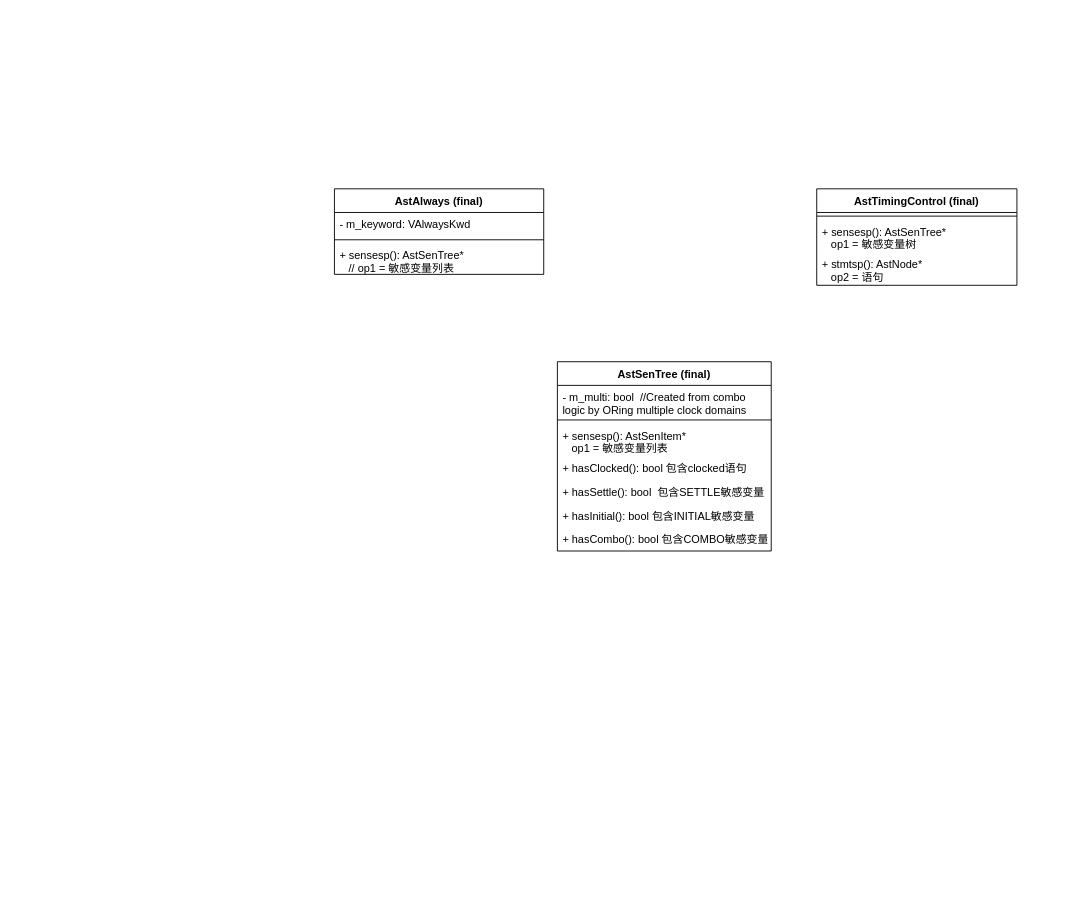
The draw.io diagram verilator_digrams/AstAlways.drawio in Dercury/CLDK, before the edit. Source tidied: cells renumbered, new cells numbered last; positions are measured from the earlier drawing's top-left corner, leaving out a move shared by most shapes. Both pictures are drawn from the tidied source at 91%, with x=0, y=0 at pixel (334, 188).
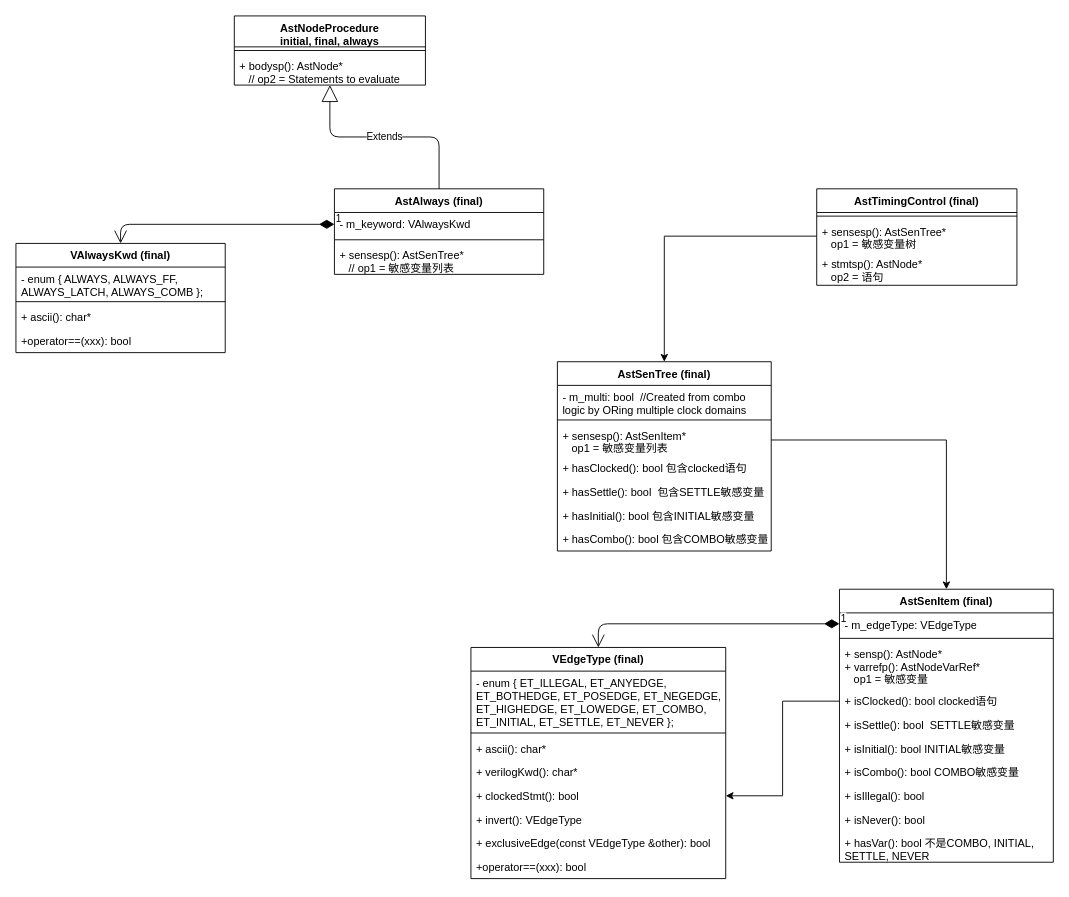
After the change.

Unchanged cells that the change refers to:
```xml
<mxCell id="2" value="AstAlways (final)" style="swimlane;fontStyle=1;align=center;verticalAlign=top;horizontal=1;startSize=26;" parent="1" vertex="1">
  <mxGeometry width="230" height="94" as="geometry" />
</mxCell>
<mxCell id="3" value="- m_keyword: VAlwaysKwd" style="text;strokeColor=none;fillColor=none;align=left;verticalAlign=top;spacingLeft=4;spacingRight=4;overflow=hidden;points=[[0,0.5],[1,0.5]];portConstraint=eastwest;" parent="2" vertex="1">
  <mxGeometry y="26" width="230" height="26" as="geometry" />
</mxCell>
<mxCell id="8" value="+ sensesp(): AstSenTree*&#10;   op1 = 敏感变量树" style="text;strokeColor=none;fillColor=none;align=left;verticalAlign=top;spacingLeft=4;spacingRight=4;overflow=hidden;points=[[0,0.5],[1,0.5]];portConstraint=eastwest;" parent="6" vertex="1">
  <mxGeometry y="34" width="220" height="36" as="geometry" />
</mxCell>
<mxCell id="10" value="AstSenTree (final)" style="swimlane;fontStyle=1;align=center;verticalAlign=top;horizontal=1;startSize=26;" parent="1" vertex="1">
  <mxGeometry x="245" y="190" width="235" height="208" as="geometry" />
</mxCell>
<mxCell id="13" value="+ sensesp(): AstSenItem*&#10;   op1 = 敏感变量列表" style="text;strokeColor=none;fillColor=none;align=left;verticalAlign=top;spacingLeft=4;spacingRight=4;overflow=hidden;points=[[0,0.5],[1,0.5]];portConstraint=eastwest;" parent="10" vertex="1">
  <mxGeometry y="68" width="235" height="36" as="geometry" />
</mxCell>
```

Diff of the diagram source:
```diff
@@
+    <mxCell id="18" value="AstSenItem (final)" style="swimlane;fontStyle=1;align=center;verticalAlign=top;horizontal=1;startSize=26;" parent="1" vertex="1">
+      <mxGeometry x="555" y="440" width="235" height="300" as="geometry" />
+    </mxCell>
+    <mxCell id="19" value="- m_edgeType: VEdgeType" style="text;strokeColor=none;fillColor=none;align=left;verticalAlign=top;spacingLeft=4;spacingRight=4;overflow=hidden;points=[[0,0.5],[1,0.5]];portConstraint=eastwest;whiteSpace=wrap;" parent="18" vertex="1">
+      <mxGeometry y="26" width="235" height="24" as="geometry" />
+    </mxCell>
+    <mxCell id="20" style="line;strokeWidth=1;fillColor=none;align=left;verticalAlign=middle;spacingTop=-1;spacingLeft=3;spacingRight=3;labelPosition=right;" parent="18" vertex="1">
+      <mxGeometry y="50" width="235" height="8" as="geometry" />
+    </mxCell>
+    <mxCell id="21" value="+ sensp(): AstNode*&#10;+ varrefp(): AstNodeVarRef*&#10;   op1 = 敏感变量" style="text;strokeColor=none;fillColor=none;align=left;verticalAlign=top;spacingLeft=4;spacingRight=4;overflow=hidden;" parent="18" vertex="1">
+      <mxGeometry y="58" width="235" height="52" as="geometry" />
+    </mxCell>
+    <mxCell id="22" value="+ isClocked(): bool clocked语句" style="text;strokeColor=none;fillColor=none;align=left;verticalAlign=top;spacingLeft=4;spacingRight=4;overflow=hidden;points=[[0,0.5],[1,0.5]];portConstraint=eastwest;" parent="18" vertex="1">
+      <mxGeometry y="110" width="235" height="26" as="geometry" />
+    </mxCell>
+    <mxCell id="23" value="+ isSettle(): bool  SETTLE敏感变量" style="text;strokeColor=none;fillColor=none;align=left;verticalAlign=top;spacingLeft=4;spacingRight=4;overflow=hidden;" parent="18" vertex="1">
+      <mxGeometry y="136" width="235" height="26" as="geometry" />
+    </mxCell>
+    <mxCell id="24" value="+ isInitial(): bool INITIAL敏感变量" style="text;strokeColor=none;fillColor=none;align=left;verticalAlign=top;spacingLeft=4;spacingRight=4;overflow=hidden;" parent="18" vertex="1">
+      <mxGeometry y="162" width="235" height="26" as="geometry" />
+    </mxCell>
+    <mxCell id="25" value="+ isCombo(): bool COMBO敏感变量" style="text;strokeColor=none;fillColor=none;align=left;verticalAlign=top;spacingLeft=4;spacingRight=4;overflow=hidden;" parent="18" vertex="1">
+      <mxGeometry y="188" width="235" height="26" as="geometry" />
+    </mxCell>
+    <mxCell id="26" value="+ isIllegal(): bool" style="text;strokeColor=none;fillColor=none;align=left;verticalAlign=top;spacingLeft=4;spacingRight=4;overflow=hidden;" parent="18" vertex="1">
+      <mxGeometry y="214" width="235" height="26" as="geometry" />
+    </mxCell>
+    <mxCell id="27" value="+ isNever(): bool" style="text;strokeColor=none;fillColor=none;align=left;verticalAlign=top;spacingLeft=4;spacingRight=4;overflow=hidden;" parent="18" vertex="1">
+      <mxGeometry y="240" width="235" height="26" as="geometry" />
+    </mxCell>
+    <mxCell id="28" value="+ hasVar(): bool 不是COMBO, INITIAL, SETTLE, NEVER" style="text;strokeColor=none;fillColor=none;align=left;verticalAlign=top;spacingLeft=4;spacingRight=4;overflow=hidden;whiteSpace=wrap;" parent="18" vertex="1">
+      <mxGeometry y="266" width="235" height="34" as="geometry" />
+    </mxCell>
+    <mxCell id="29" value="VEdgeType (final)" style="swimlane;fontStyle=1;align=center;verticalAlign=top;horizontal=1;startSize=26;" parent="1" vertex="1">
+      <mxGeometry x="150" y="504" width="280" height="254" as="geometry" />
+    </mxCell>
+    <mxCell id="30" value="- enum { ET_ILLEGAL, ET_ANYEDGE, ET_BOTHEDGE, ET_POSEDGE, ET_NEGEDGE, ET_HIGHEDGE, ET_LOWEDGE, ET_COMBO, ET_INITIAL, ET_SETTLE, ET_NEVER };" style="text;strokeColor=none;fillColor=none;align=left;verticalAlign=top;spacingLeft=4;spacingRight=4;overflow=hidden;whiteSpace=wrap;" parent="29" vertex="1">
+      <mxGeometry y="26" width="280" height="64" as="geometry" />
+    </mxCell>
+    <mxCell id="31" style="line;strokeWidth=1;fillColor=none;align=left;verticalAlign=middle;spacingTop=-1;spacingLeft=3;spacingRight=3;labelPosition=right;" parent="29" vertex="1">
+      <mxGeometry y="90" width="280" height="8" as="geometry" />
+    </mxCell>
+    <mxCell id="32" value="+ ascii(): char* " style="text;strokeColor=none;fillColor=none;align=left;verticalAlign=top;spacingLeft=4;spacingRight=4;overflow=hidden;" parent="29" vertex="1">
+      <mxGeometry y="98" width="280" height="26" as="geometry" />
+    </mxCell>
+    <mxCell id="33" value="+ verilogKwd(): char* " style="text;strokeColor=none;fillColor=none;align=left;verticalAlign=top;spacingLeft=4;spacingRight=4;overflow=hidden;" parent="29" vertex="1">
+      <mxGeometry y="124" width="280" height="26" as="geometry" />
+    </mxCell>
+    <mxCell id="34" value="+ clockedStmt(): bool" style="text;strokeColor=none;fillColor=none;align=left;verticalAlign=top;spacingLeft=4;spacingRight=4;overflow=hidden;points=[[0,0.5],[1,0.5]];portConstraint=eastwest;" parent="29" vertex="1">
+      <mxGeometry y="150" width="280" height="26" as="geometry" />
+    </mxCell>
+    <mxCell id="35" value="+ invert(): VEdgeType " style="text;strokeColor=none;fillColor=none;align=left;verticalAlign=top;spacingLeft=4;spacingRight=4;overflow=hidden;" parent="29" vertex="1">
+      <mxGeometry y="176" width="280" height="26" as="geometry" />
+    </mxCell>
+    <mxCell id="36" value="+ exclusiveEdge(const VEdgeType &amp;other): bool" style="text;strokeColor=none;fillColor=none;align=left;verticalAlign=top;spacingLeft=4;spacingRight=4;overflow=hidden;" parent="29" vertex="1">
+      <mxGeometry y="202" width="280" height="26" as="geometry" />
+    </mxCell>
+    <mxCell id="37" value="+operator==(xxx): bool " style="text;strokeColor=none;fillColor=none;align=left;verticalAlign=top;spacingLeft=4;spacingRight=4;overflow=hidden;" parent="29" vertex="1">
+      <mxGeometry y="228" width="280" height="26" as="geometry" />
+    </mxCell>
+    <mxCell id="38" value="1" style="endArrow=open;html=1;endSize=12;startArrow=diamondThin;startSize=14;startFill=1;edgeStyle=orthogonalEdgeStyle;align=left;verticalAlign=bottom;entryX=0.5;entryY=0;entryDx=0;entryDy=0;" parent="1" edge="1" source="19" target="29">
+      <mxGeometry x="-1" y="3" relative="1" as="geometry" />
+    </mxCell>
+    <mxCell id="39" style="edgeStyle=orthogonalEdgeStyle;rounded=0;jettySize=auto;html=1;" parent="1" edge="1" source="22" target="34">
+      <mxGeometry relative="1" as="geometry" />
+    </mxCell>
+    <mxCell id="40" style="edgeStyle=orthogonalEdgeStyle;rounded=0;jettySize=auto;html=1;exitX=1;exitY=0.5;exitDx=0;exitDy=0;" parent="1" edge="1" source="13" target="18">
+      <mxGeometry relative="1" as="geometry" />
+    </mxCell>
+    <mxCell id="41" style="edgeStyle=orthogonalEdgeStyle;rounded=0;jettySize=auto;html=1;" parent="1" edge="1" source="8" target="10">
+      <mxGeometry relative="1" as="geometry" />
+    </mxCell>
+    <mxCell id="42" value="VAlwaysKwd (final)" style="swimlane;fontStyle=1;align=center;verticalAlign=top;horizontal=1;startSize=26;" parent="1" vertex="1">
+      <mxGeometry x="-350" y="60" width="230" height="120" as="geometry" />
+    </mxCell>
+    <mxCell id="43" value="- enum { ALWAYS, ALWAYS_FF, ALWAYS_LATCH, ALWAYS_COMB };" style="text;strokeColor=none;fillColor=none;align=left;verticalAlign=top;spacingLeft=4;spacingRight=4;overflow=hidden;whiteSpace=wrap;" parent="42" vertex="1">
+      <mxGeometry y="26" width="230" height="34" as="geometry" />
+    </mxCell>
+    <mxCell id="44" style="line;strokeWidth=1;fillColor=none;align=left;verticalAlign=middle;spacingTop=-1;spacingLeft=3;spacingRight=3;labelPosition=right;" parent="42" vertex="1">
+      <mxGeometry y="60" width="230" height="8" as="geometry" />
+    </mxCell>
+    <mxCell id="45" value="+ ascii(): char* " style="text;strokeColor=none;fillColor=none;align=left;verticalAlign=top;spacingLeft=4;spacingRight=4;overflow=hidden;" parent="42" vertex="1">
+      <mxGeometry y="68" width="230" height="26" as="geometry" />
+    </mxCell>
+    <mxCell id="46" value="+operator==(xxx): bool " style="text;strokeColor=none;fillColor=none;align=left;verticalAlign=top;spacingLeft=4;spacingRight=4;overflow=hidden;" parent="42" vertex="1">
+      <mxGeometry y="94" width="230" height="26" as="geometry" />
+    </mxCell>
+    <mxCell id="47" value="1" style="endArrow=open;html=1;endSize=12;startArrow=diamondThin;startSize=14;startFill=1;edgeStyle=orthogonalEdgeStyle;align=left;verticalAlign=bottom;entryX=0.5;entryY=0;entryDx=0;entryDy=0;exitX=0;exitY=0.5;exitDx=0;exitDy=0;" parent="1" edge="1" source="3" target="42">
+      <mxGeometry x="-1" y="3" relative="1" as="geometry" />
+    </mxCell>
+    <mxCell id="48" value="AstNodeProcedure&#10;initial, final, always" style="swimlane;fontStyle=1;align=center;verticalAlign=top;horizontal=1;startSize=34;" parent="1" vertex="1">
+      <mxGeometry x="-110" y="-190" width="210" height="76" as="geometry" />
+    </mxCell>
+    <mxCell id="49" style="line;strokeWidth=1;fillColor=none;align=left;verticalAlign=middle;spacingTop=-1;spacingLeft=3;spacingRight=3;labelPosition=right;" parent="48" vertex="1">
+      <mxGeometry y="34" width="210" height="8" as="geometry" />
+    </mxCell>
+    <mxCell id="50" value="+ bodysp(): AstNode*&#10;   // op2 = Statements to evaluate" style="text;strokeColor=none;fillColor=none;align=left;verticalAlign=top;spacingLeft=4;spacingRight=4;overflow=hidden;" parent="48" vertex="1">
+      <mxGeometry y="42" width="210" height="34" as="geometry" />
+    </mxCell>
+    <mxCell id="51" value="Extends" style="endArrow=block;endSize=16;endFill=0;html=1;edgeStyle=orthogonalEdgeStyle;exitX=0.5;exitY=0;exitDx=0;exitDy=0;" parent="1" edge="1" source="2" target="48">
+      <mxGeometry relative="1" as="geometry" />
+    </mxCell>
```
